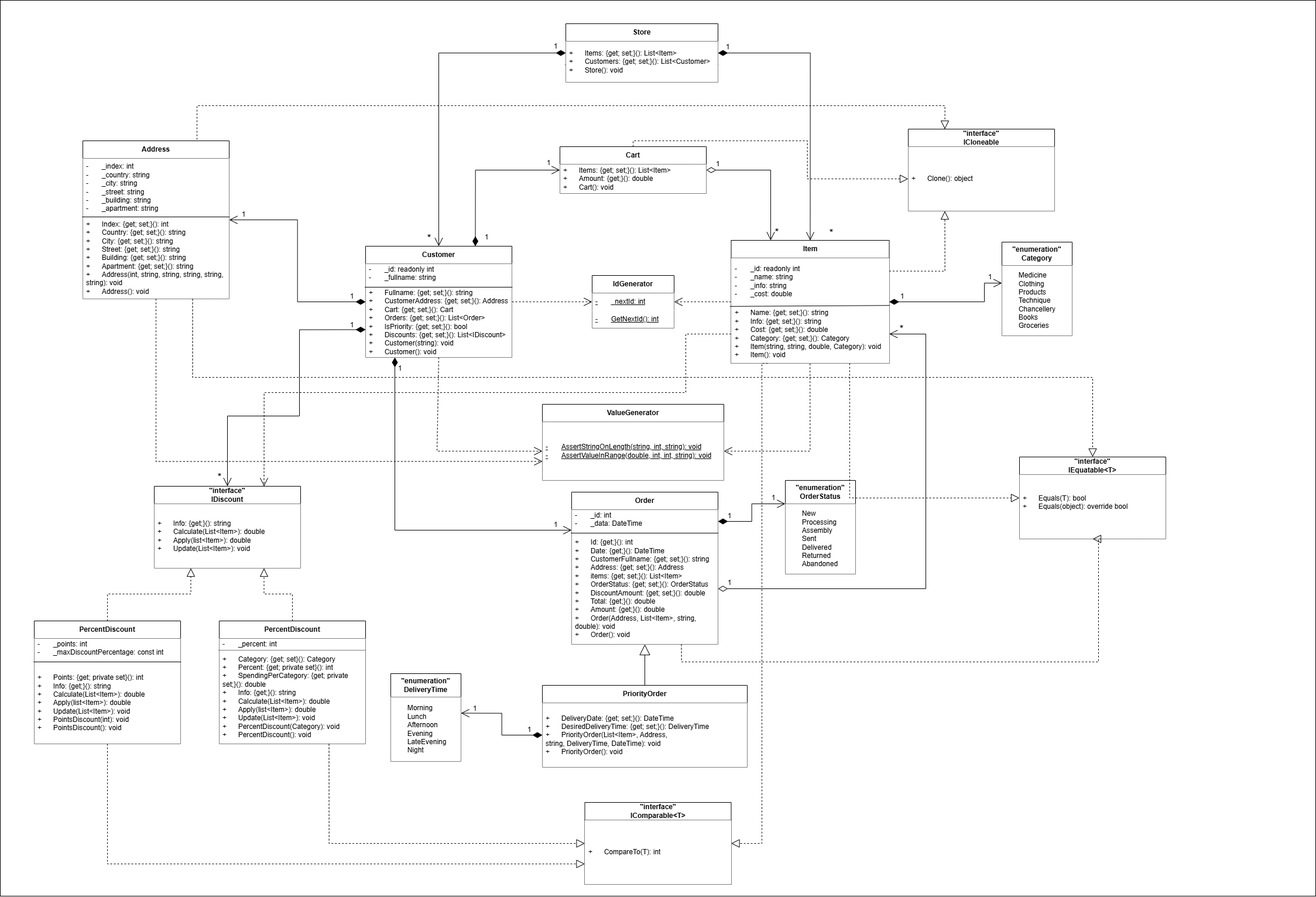
Earlier version of the draw.io export doc/ObjectOrientedPractics/Practics6.png (Winights/Programming). Source tidied: cells renumbered, new cells last; positions are measured from the earlier drawing's top-left corner, leaving out a move shared by most shapes.
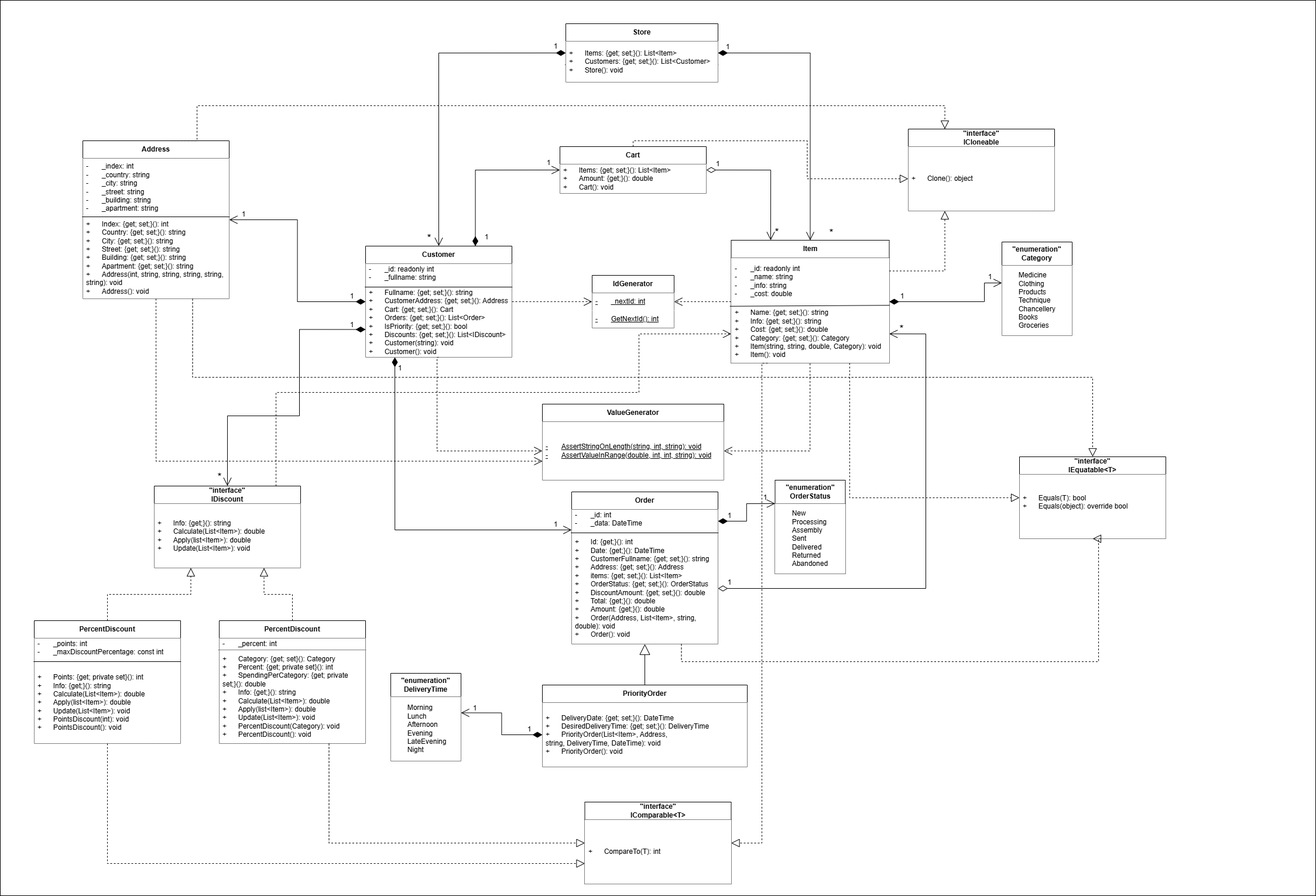
Later version of the same file.

Change to the diagram source:
```diff
@@ -110,7 +110,7 @@
       <mxGeometry relative="1" as="geometry" />
     </mxCell>
     <mxCell id="35" value="&quot;enumeration&quot;&lt;div&gt;OrderStatus&lt;/div&gt;" style="swimlane;whiteSpace=wrap;html=1;startSize=40;" parent="1" vertex="1">
-      <mxGeometry x="1341" y="820" width="120" height="160" as="geometry" />
+      <mxGeometry x="1323.5" y="820" width="120" height="160" as="geometry" />
     </mxCell>
     <mxCell id="36" value="&lt;div&gt;&lt;span style=&quot;white-space: pre;&quot;&gt;&#9;&lt;/span&gt;New&lt;/div&gt;&lt;div&gt;&lt;span style=&quot;white-space: pre;&quot;&gt;&#9;&lt;/span&gt;Processing&lt;/div&gt;&lt;div&gt;&lt;span style=&quot;white-space: pre;&quot;&gt;&#9;&lt;/span&gt;Assembly&lt;/div&gt;&lt;div&gt;&lt;span style=&quot;white-space: pre;&quot;&gt;&#9;&lt;/span&gt;Sent&lt;/div&gt;&lt;div&gt;&lt;span style=&quot;white-space: pre;&quot;&gt;&#9;&lt;/span&gt;Delivered&lt;/div&gt;&lt;div&gt;&lt;span style=&quot;white-space: pre;&quot;&gt;&#9;&lt;/span&gt;Returned&lt;/div&gt;&lt;div&gt;&lt;span style=&quot;white-space: pre;&quot;&gt;&#9;&lt;/span&gt;Abandoned&lt;/div&gt;" style="text;html=1;align=left;verticalAlign=middle;whiteSpace=wrap;rounded=0;fillColor=#FFFFFF;" parent="35" vertex="1">
       <mxGeometry y="40" width="120" height="120" as="geometry" />
@@ -164,7 +164,7 @@
       <mxGeometry x="1510" y="547" width="60" height="30" as="geometry" />
     </mxCell>
     <mxCell id="50" value="1" style="text;html=1;align=center;verticalAlign=middle;whiteSpace=wrap;rounded=0;" parent="1" vertex="1">
-      <mxGeometry x="1291" y="835" width="60" height="30" as="geometry" />
+      <mxGeometry x="1277" y="835" width="60" height="30" as="geometry" />
     </mxCell>
     <mxCell id="51" value="1" style="text;html=1;align=center;verticalAlign=middle;whiteSpace=wrap;rounded=0;" parent="1" vertex="1">
       <mxGeometry x="1661" y="458" width="60" height="30" as="geometry" />
@@ -284,15 +284,6 @@
     <mxCell id="87" value="&lt;font style=&quot;font-size: 18px;&quot;&gt;*&lt;/font&gt;" style="text;html=1;align=center;verticalAlign=middle;whiteSpace=wrap;rounded=0;" parent="1" vertex="1">
       <mxGeometry x="345" y="800" width="60" height="30" as="geometry" />
     </mxCell>
-    <mxCell id="88" style="endArrow=open;endSize=12;dashed=1;html=1;rounded=0;exitX=0;exitY=0.5;exitDx=0;exitDy=0;entryX=0.75;entryY=0;entryDx=0;entryDy=0;edgeStyle=orthogonalEdgeStyle;elbow=vertical;" parent="1" edge="1" source="5" target="81">
-      <mxGeometry relative="1" as="geometry">
-        <Array as="points">
-          <mxPoint x="1171" y="570" />
-          <mxPoint x="1171" y="670" />
-          <mxPoint x="451" y="670" />
-        </Array>
-      </mxGeometry>
-    </mxCell>
     <mxCell id="89" value="&lt;div&gt;&lt;b&gt;&quot;interface&quot;&lt;/b&gt;&lt;/div&gt;&lt;b&gt;IEquatable&amp;lt;T&amp;gt;&lt;/b&gt;" style="swimlane;fontStyle=0;horizontal=1;startSize=30;whiteSpace=wrap;html=1;" parent="1" vertex="1">
       <mxGeometry x="1741" y="780" width="250" height="140" as="geometry" />
     </mxCell>
@@ -354,5 +345,15 @@
         </Array>
       </mxGeometry>
     </mxCell>
+    <mxCell id="88" style="endArrow=open;endSize=12;dashed=1;html=1;rounded=0;entryX=0;entryY=0.5;entryDx=0;entryDy=0;edgeStyle=orthogonalEdgeStyle;elbow=vertical;" parent="1" edge="1" target="5">
+      <mxGeometry relative="1" as="geometry">
+        <mxPoint x="471" y="830" as="sourcePoint" />
+        <Array as="points">
+          <mxPoint x="471" y="670" />
+          <mxPoint x="1091" y="670" />
+          <mxPoint x="1091" y="570" />
+        </Array>
+      </mxGeometry>
+    </mxCell>
   </root>
 </mxGraphModel>
```
